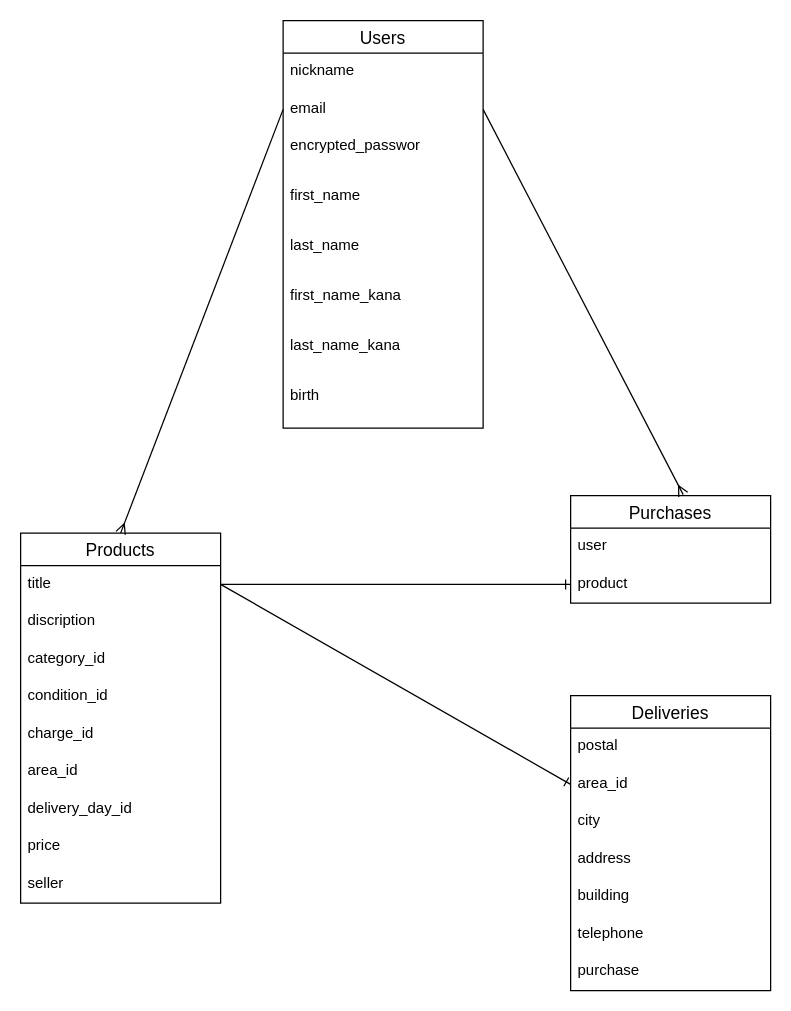
The draw.io diagram er.dio in TashiNao/furima-37763, before the edit. Source tidied: cells renumbered, new cells numbered last; positions are measured from the earlier drawing's top-left corner, leaving out a move shared by most shapes. Both pictures are drawn from the tidied source at 125%, with x=0, y=0 at pixel (20, 20).
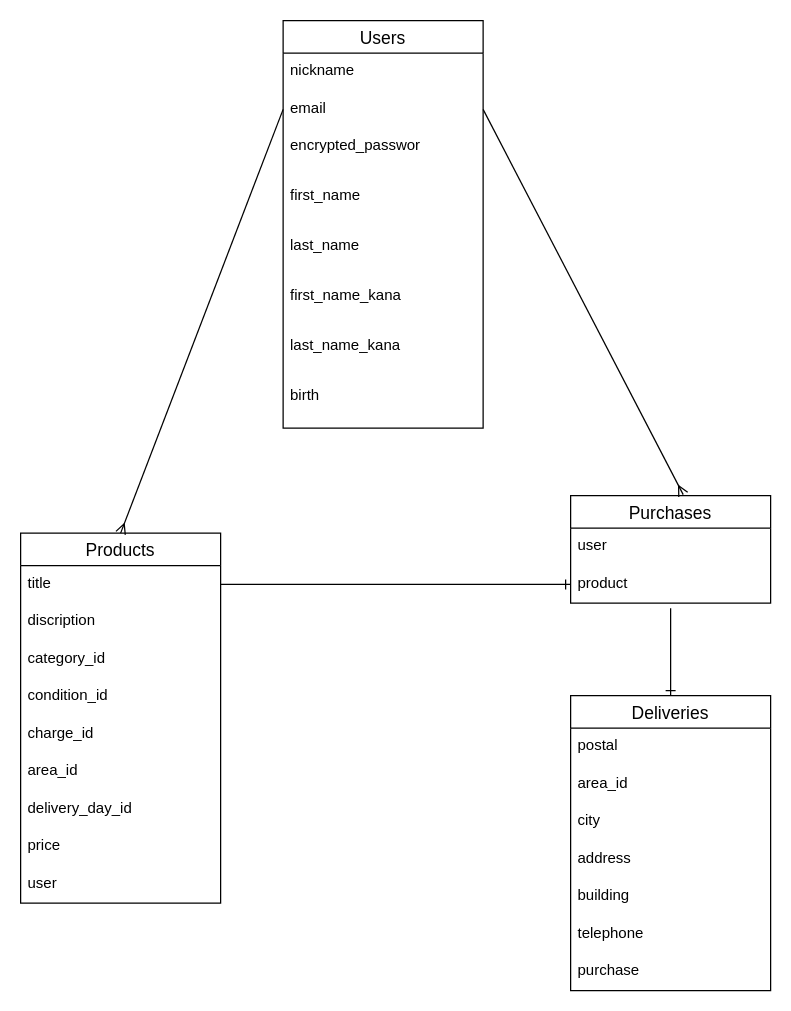
After the change.

The change refers to these unchanged cells:
```xml
<mxCell id="14" value="Products" style="swimlane;fontStyle=0;horizontal=1;startSize=26;align=center;fontSize=14;" parent="1" vertex="1">
  <mxGeometry y="410" width="160" height="296" as="geometry" />
</mxCell>
<mxCell id="15" value="title" style="text;strokeColor=none;fillColor=none;spacingLeft=4;spacingRight=4;overflow=hidden;points=[[0,0.5],[1,0.5]];portConstraint=eastwest;fontSize=12;" parent="14" vertex="1">
  <mxGeometry y="26" width="160" height="30" as="geometry" />
</mxCell>
<mxCell id="24" value="Deliveries" style="swimlane;fontStyle=0;horizontal=1;startSize=26;align=center;fontSize=14;" parent="1" vertex="1">
  <mxGeometry x="440" y="540" width="160" height="236" as="geometry" />
</mxCell>
<mxCell id="26" value="area_id" style="text;strokeColor=none;fillColor=none;spacingLeft=4;spacingRight=4;overflow=hidden;points=[[0,0.5],[1,0.5]];portConstraint=eastwest;fontSize=12;" parent="24" vertex="1">
  <mxGeometry y="56" width="160" height="30" as="geometry" />
</mxCell>
```

Diff of the diagram source:
```diff
@@
-    <mxCell id="23" value="seller" style="text;strokeColor=none;fillColor=none;spacingLeft=4;spacingRight=4;overflow=hidden;fontSize=12;" parent="14" vertex="1">
+    <mxCell id="23" value="user" style="text;strokeColor=none;fillColor=none;spacingLeft=4;spacingRight=4;overflow=hidden;fontSize=12;" parent="14" vertex="1">
       <mxGeometry y="266" width="160" height="30" as="geometry" />
     </mxCell>
@@
-    <mxCell id="35" style="edgeStyle=none;html=1;exitX=1;exitY=0.5;exitDx=0;exitDy=0;entryX=0;entryY=0.5;entryDx=0;entryDy=0;endArrow=ERone;endFill=0;" parent="1" edge="1" source="15" target="26">
-      <mxGeometry relative="1" as="geometry" />
+    <mxCell id="35" style="edgeStyle=none;html=1;entryX=0.5;entryY=0;entryDx=0;entryDy=0;endArrow=ERone;endFill=0;" parent="1" edge="1" target="24">
+      <mxGeometry relative="1" as="geometry">
+        <mxPoint x="520" y="470" as="sourcePoint" />
+      </mxGeometry>
     </mxCell>
```
